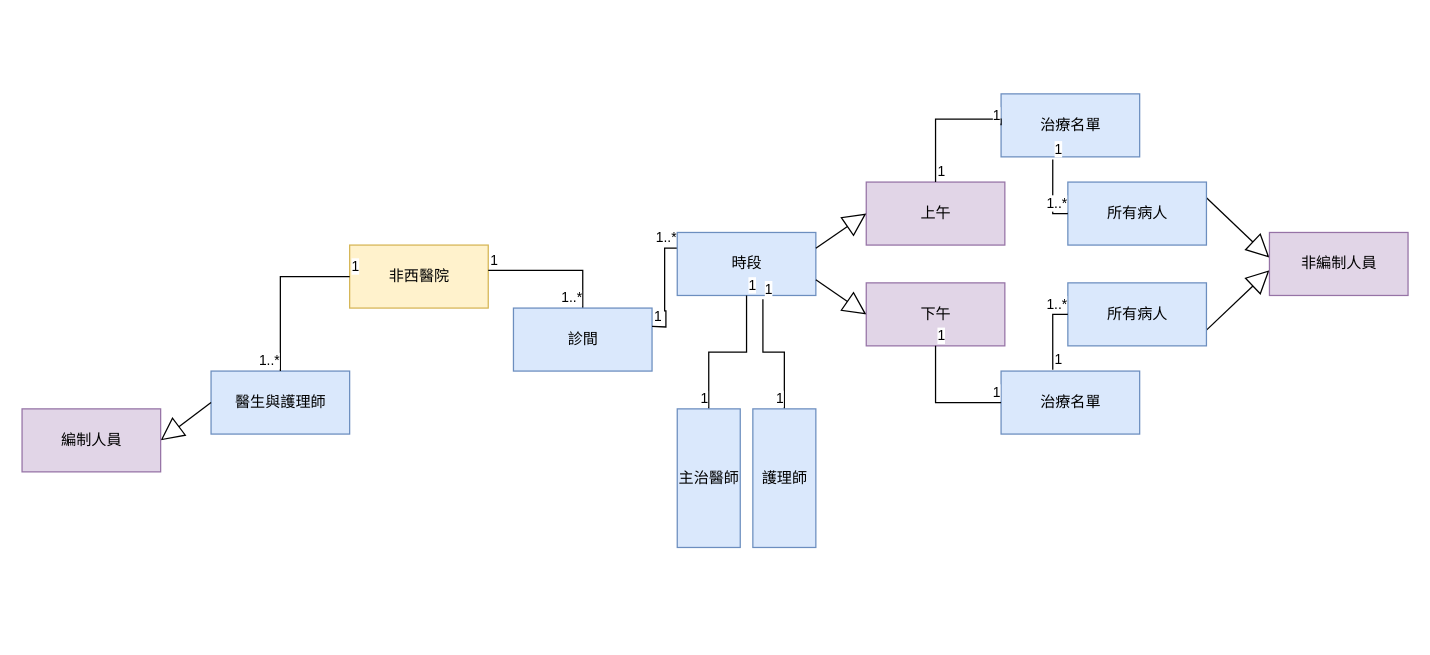
seanlin0215/110-2HW2 keeps this draw.io diagram as Clinic.drawio. Above is the earlier version. Source tidied: cells renumbered, new cells numbered last; positions are measured from the earlier drawing's top-left corner, leaving out a move shared by most shapes. Both pictures are drawn from the tidied source at 126%, with x=0, y=0 at pixel (21, 93).
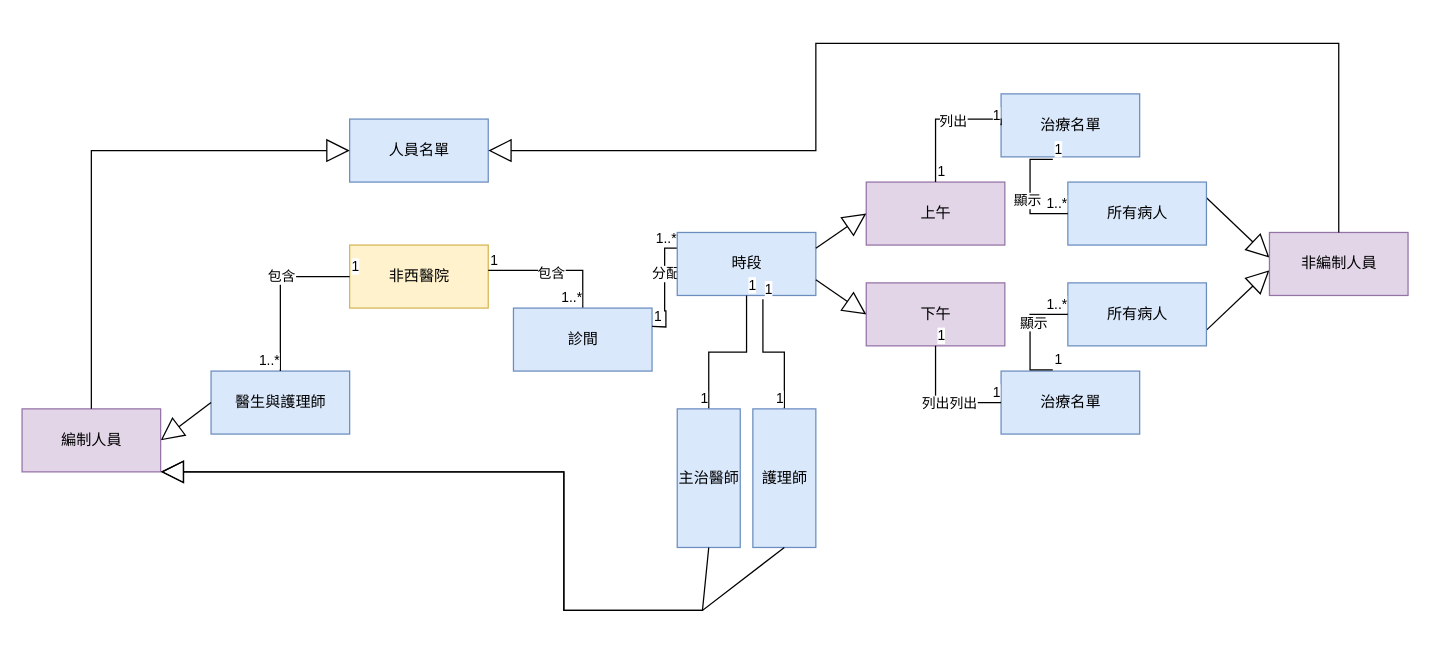
After the change.

Unchanged cells that the change refers to:
```xml
<mxCell id="3" style="endArrow=none;html=1;edgeStyle=orthogonalEdgeStyle;rounded=0;entryX=0.5;entryY=0;entryDx=0;entryDy=0;" parent="1" edge="1" target="7">
  <mxGeometry relative="1" as="geometry">
    <mxPoint x="370" y="140" as="sourcePoint" />
    <Array as="points">
      <mxPoint x="445" y="140" />
    </Array>
  </mxGeometry>
</mxCell>
<mxCell id="8" style="endArrow=none;html=1;edgeStyle=orthogonalEdgeStyle;rounded=0;entryX=0;entryY=0.25;entryDx=0;entryDy=0;" parent="1" edge="1" target="11">
  <mxGeometry relative="1" as="geometry">
    <mxPoint x="500" y="184.5" as="sourcePoint" />
  </mxGeometry>
</mxCell>
<mxCell id="14" value="治療名單" style="html=1;fillColor=#dae8fc;strokeColor=#6c8ebf;" parent="1" vertex="1">
  <mxGeometry x="777" width="110" height="50" as="geometry" />
</mxCell>
<mxCell id="15" value="治療名單" style="html=1;fillColor=#dae8fc;strokeColor=#6c8ebf;" parent="1" vertex="1">
  <mxGeometry x="777" y="220" width="110" height="50" as="geometry" />
</mxCell>
<mxCell id="16" style="endArrow=none;html=1;edgeStyle=orthogonalEdgeStyle;rounded=0;entryX=0;entryY=0.5;entryDx=0;entryDy=0;exitX=0.5;exitY=0;exitDx=0;exitDy=0;" parent="1" edge="1" source="12" target="14">
  <mxGeometry relative="1" as="geometry">
    <Array as="points">
      <mxPoint x="725" y="20" />
      <mxPoint x="777" y="20" />
    </Array>
  </mxGeometry>
</mxCell>
<mxCell id="19" style="endArrow=none;html=1;edgeStyle=orthogonalEdgeStyle;rounded=0;exitX=0.5;exitY=1;exitDx=0;exitDy=0;entryX=0;entryY=0.5;entryDx=0;entryDy=0;" parent="1" edge="1" source="13" target="15">
  <mxGeometry relative="1" as="geometry" />
</mxCell>
<mxCell id="23" style="endArrow=none;html=1;edgeStyle=orthogonalEdgeStyle;rounded=0;exitX=0;exitY=0.5;exitDx=0;exitDy=0;" parent="1" edge="1" source="2" target="22">
  <mxGeometry relative="1" as="geometry" />
</mxCell>
<mxCell id="27" value="所有病人" style="html=1;fillColor=#dae8fc;strokeColor=#6c8ebf;" parent="1" vertex="1">
  <mxGeometry x="830" y="70" width="110" height="50" as="geometry" />
</mxCell>
<mxCell id="28" value="所有病人" style="html=1;fillColor=#dae8fc;strokeColor=#6c8ebf;" parent="1" vertex="1">
  <mxGeometry x="830" y="150" width="110" height="50" as="geometry" />
</mxCell>
<mxCell id="35" value="非編制人員" style="html=1;fillColor=#e1d5e7;strokeColor=#9673a6;" parent="1" vertex="1">
  <mxGeometry x="990" y="110" width="110" height="50" as="geometry" />
</mxCell>
<mxCell id="37" value="編制人員" style="html=1;fillColor=#e1d5e7;strokeColor=#9673a6;" parent="1" vertex="1">
  <mxGeometry y="250" width="110" height="50" as="geometry" />
</mxCell>
<mxCell id="43" value="主治醫師" style="html=1;direction=south;fillColor=#dae8fc;strokeColor=#6c8ebf;" parent="1" vertex="1">
  <mxGeometry x="520" y="250" width="50" height="110" as="geometry" />
</mxCell>
<mxCell id="47" value="護理師" style="html=1;direction=south;fillColor=#dae8fc;strokeColor=#6c8ebf;" parent="1" vertex="1">
  <mxGeometry x="580" y="250" width="50" height="110" as="geometry" />
</mxCell>
```

Change to the diagram source:
```diff
@@
+    <mxCell id="48" value="包含" style="edgeLabel;html=1;align=center;verticalAlign=middle;" parent="3" vertex="1">
+      <mxGeometry x="-0.07" y="-2" relative="1" as="geometry" />
+    </mxCell>
@@
+    <mxCell id="49" value="分配" style="edgeLabel;html=1;align=center;verticalAlign=middle;" parent="8" vertex="1">
+      <mxGeometry x="0.33" relative="1" as="geometry">
+        <mxPoint y="1" as="offset" />
+      </mxGeometry>
+    </mxCell>
@@
+    <mxCell id="50" value="列出" style="edgeLabel;html=1;align=center;verticalAlign=middle;" parent="16" vertex="1">
+      <mxGeometry x="0.18" y="-1" relative="1" as="geometry" />
+    </mxCell>
@@
+    <mxCell id="51" value="列出列出" style="edgeLabel;html=1;align=center;verticalAlign=middle;" parent="19" vertex="1">
+      <mxGeometry x="0.13" relative="1" as="geometry" />
+    </mxCell>
@@
+    <mxCell id="52" value="包含" style="edgeLabel;html=1;align=center;verticalAlign=middle;" parent="23" vertex="1">
+      <mxGeometry x="-0.15" y="-1" relative="1" as="geometry">
+        <mxPoint x="1" y="-1" as="offset" />
+      </mxGeometry>
+    </mxCell>
@@
     <mxCell id="29" style="endArrow=none;html=1;edgeStyle=orthogonalEdgeStyle;rounded=0;exitX=0.373;exitY=-0.02;exitDx=0;exitDy=0;exitPerimeter=0;entryX=0;entryY=0.5;entryDx=0;entryDy=0;" parent="1" edge="1" source="15" target="28">
-      <mxGeometry relative="1" as="geometry" />
+      <mxGeometry relative="1" as="geometry">
+        <Array as="points">
+          <mxPoint x="800" y="219" />
+          <mxPoint x="800" y="175" />
+        </Array>
+      </mxGeometry>
     </mxCell>
@@
+    <mxCell id="53" value="顯示" style="edgeLabel;html=1;align=center;verticalAlign=middle;" parent="29" vertex="1">
+      <mxGeometry x="0.22" y="-2" relative="1" as="geometry" />
+    </mxCell>
     <mxCell id="32" style="endArrow=none;html=1;edgeStyle=orthogonalEdgeStyle;rounded=0;exitX=0.373;exitY=1.04;exitDx=0;exitDy=0;entryX=0;entryY=0.5;entryDx=0;entryDy=0;exitPerimeter=0;" parent="1" edge="1" source="14" target="27">
-      <mxGeometry relative="1" as="geometry" />
+      <mxGeometry relative="1" as="geometry">
+        <Array as="points">
+          <mxPoint x="800" y="52" />
+          <mxPoint x="800" y="95" />
+        </Array>
+      </mxGeometry>
     </mxCell>
@@
+    <mxCell id="54" value="顯示" style="edgeLabel;html=1;align=center;verticalAlign=middle;" parent="32" vertex="1">
+      <mxGeometry x="0.12" y="-3" relative="1" as="geometry" />
+    </mxCell>
@@
+    <mxCell id="55" style="endArrow=block;endSize=16;endFill=0;html=1;rounded=0;exitX=1;exitY=0.5;exitDx=0;exitDy=0;entryX=1;entryY=1;entryDx=0;entryDy=0;" parent="1" edge="1" source="47" target="37">
+      <mxGeometry relative="1" as="geometry">
+        <Array as="points">
+          <mxPoint x="540" y="410" />
+          <mxPoint x="430" y="410" />
+          <mxPoint x="430" y="300" />
+        </Array>
+      </mxGeometry>
+    </mxCell>
+    <mxCell id="56" style="endArrow=block;endSize=16;endFill=0;html=1;rounded=0;exitX=1;exitY=0.5;exitDx=0;exitDy=0;" parent="1" edge="1" source="43">
+      <mxGeometry x="-0.11" y="-1" relative="1" as="geometry">
+        <mxPoint x="110" y="300" as="targetPoint" />
+        <Array as="points">
+          <mxPoint x="540" y="410" />
+          <mxPoint x="430" y="410" />
+          <mxPoint x="430" y="300" />
+        </Array>
+      </mxGeometry>
+    </mxCell>
+    <mxCell id="57" value="人員名單" style="html=1;fillColor=#dae8fc;strokeColor=#6c8ebf;" parent="1" vertex="1">
+      <mxGeometry x="260" y="20" width="110" height="50" as="geometry" />
+    </mxCell>
+    <mxCell id="58" style="endArrow=block;endSize=16;endFill=0;html=1;rounded=0;exitX=0.5;exitY=0;exitDx=0;exitDy=0;entryX=0;entryY=0.5;entryDx=0;entryDy=0;" parent="1" edge="1" source="37" target="57">
+      <mxGeometry x="0.11" y="-1" relative="1" as="geometry">
+        <Array as="points">
+          <mxPoint x="55" y="45" />
+        </Array>
+      </mxGeometry>
+    </mxCell>
+    <mxCell id="59" style="endArrow=block;endSize=16;endFill=0;html=1;rounded=0;exitX=0.5;exitY=0;exitDx=0;exitDy=0;entryX=1;entryY=0.5;entryDx=0;entryDy=0;" parent="1" edge="1" source="35" target="57">
+      <mxGeometry x="0.25" relative="1" as="geometry">
+        <Array as="points">
+          <mxPoint x="1045" y="-40" />
+          <mxPoint x="710" y="-40" />
+          <mxPoint x="630" y="-40" />
+          <mxPoint x="630" y="45" />
+        </Array>
+      </mxGeometry>
+    </mxCell>
```
